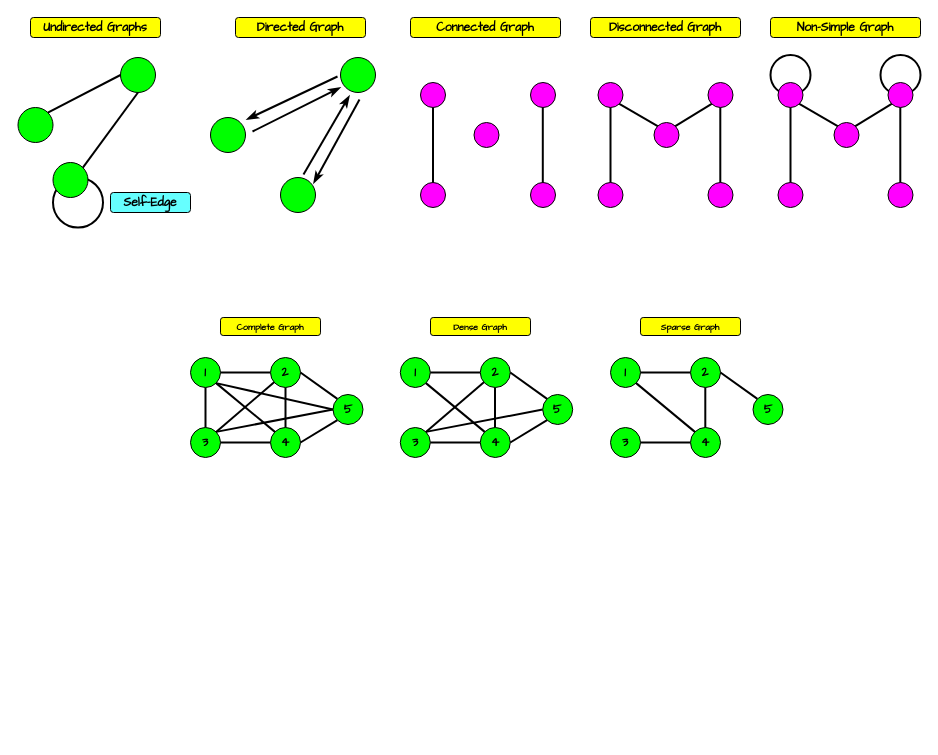
Earlier version of the draw.io diagram Computer Science/Foundations of Computing/Module 01 Graphs and Trees/resources/Drawings.drawio (ByteToBits/CompScience). Source tidied: cells renumbered, new cells numbered last; positions are measured from the earlier drawing's top-left corner, leaving out a move shared by most shapes. Both pictures are drawn from the tidied source at 100%, with x=0, y=0 at pixel (18, 17).
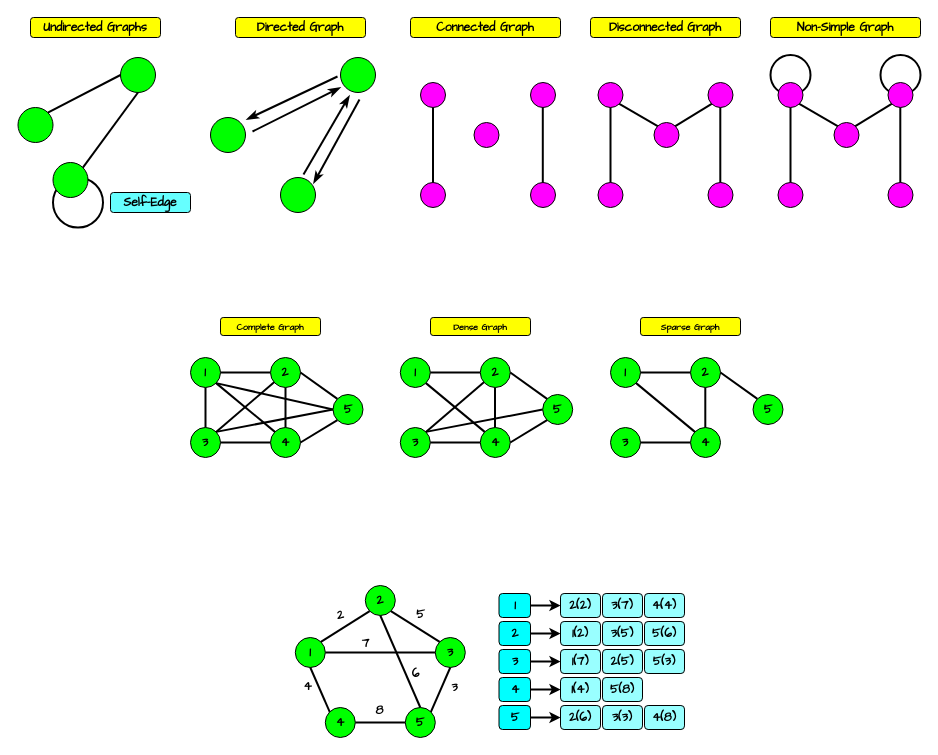
The same page after the edit.

Commit message (it also covers changes not shown here):
Completed Adjacency Matrix and List

Change to the diagram source:
```diff
@@
+    <mxCell id="89" value="&lt;b style=&quot;color: rgb(0, 0, 0); font-family: &amp;quot;Comic Sans MS&amp;quot;;&quot;&gt;1&lt;/b&gt;" style="ellipse;whiteSpace=wrap;html=1;fillColor=#00FF00;strokeColor=#000000;" parent="1" vertex="1">
+      <mxGeometry x="276.8" y="620" width="30" height="30" as="geometry" />
+    </mxCell>
+    <mxCell id="90" value="&lt;font face=&quot;Comic Sans MS&quot; color=&quot;#000000&quot;&gt;&lt;b&gt;2&lt;/b&gt;&lt;/font&gt;" style="ellipse;whiteSpace=wrap;html=1;fillColor=#00FF00;strokeColor=#000000;" parent="1" vertex="1">
+      <mxGeometry x="346.8" y="568" width="30" height="30" as="geometry" />
+    </mxCell>
+    <mxCell id="91" value="&lt;b style=&quot;color: rgb(0, 0, 0); font-family: &amp;quot;Comic Sans MS&amp;quot;;&quot;&gt;4&lt;/b&gt;" style="ellipse;whiteSpace=wrap;html=1;fillColor=#00FF00;strokeColor=#000000;" parent="1" vertex="1">
+      <mxGeometry x="306.8" y="690" width="30" height="30" as="geometry" />
+    </mxCell>
+    <mxCell id="92" value="&lt;font face=&quot;Comic Sans MS&quot; color=&quot;#000000&quot;&gt;&lt;b&gt;5&lt;/b&gt;&lt;/font&gt;" style="ellipse;whiteSpace=wrap;html=1;fillColor=#00FF00;strokeColor=#000000;" parent="1" vertex="1">
+      <mxGeometry x="386.8" y="690" width="30" height="30" as="geometry" />
+    </mxCell>
+    <mxCell id="93" style="endArrow=none;html=1;rounded=0;endSize=7;strokeWidth=2;strokeColor=#000000;startArrow=none;startFill=0;entryX=0.5;entryY=1;entryDx=0;entryDy=0;exitX=0;exitY=0;exitDx=0;exitDy=0;" parent="1" edge="1" source="91" target="89">
+      <mxGeometry relative="1" as="geometry" />
+    </mxCell>
+    <mxCell id="94" value="&lt;font color=&quot;#000000&quot; face=&quot;Comic Sans MS&quot;&gt;&lt;span style=&quot;font-size: 12px; text-wrap: wrap;&quot;&gt;&lt;b&gt;4&lt;/b&gt;&lt;/span&gt;&lt;/font&gt;" style="edgeLabel;html=1;align=center;verticalAlign=middle;labelBackgroundColor=none;" parent="93" vertex="1">
+      <mxGeometry x="0.02" y="-1" relative="1" as="geometry">
+        <mxPoint x="-14" y="-2" as="offset" />
+      </mxGeometry>
+    </mxCell>
+    <mxCell id="95" value="&lt;font face=&quot;Comic Sans MS&quot; color=&quot;#000000&quot;&gt;&lt;b&gt;3&lt;/b&gt;&lt;/font&gt;" style="ellipse;whiteSpace=wrap;html=1;fillColor=#00FF00;strokeColor=#000000;" parent="1" vertex="1">
+      <mxGeometry x="416.8" y="620" width="30" height="30" as="geometry" />
+    </mxCell>
+    <mxCell id="96" style="endArrow=none;html=1;rounded=0;endSize=7;strokeWidth=2;strokeColor=#000000;startArrow=none;startFill=0;entryX=1;entryY=0.5;entryDx=0;entryDy=0;exitX=0;exitY=0.5;exitDx=0;exitDy=0;" parent="1" edge="1" source="92" target="91">
+      <mxGeometry relative="1" as="geometry" />
+    </mxCell>
+    <mxCell id="97" value="&lt;font color=&quot;#000000&quot; face=&quot;Comic Sans MS&quot;&gt;&lt;span style=&quot;font-size: 12px; text-wrap: wrap;&quot;&gt;&lt;b&gt;8&lt;/b&gt;&lt;/span&gt;&lt;/font&gt;" style="edgeLabel;html=1;align=center;verticalAlign=middle;labelBackgroundColor=none;" parent="96" vertex="1">
+      <mxGeometry x="0.04" y="2" relative="1" as="geometry">
+        <mxPoint y="-14" as="offset" />
+      </mxGeometry>
+    </mxCell>
+    <mxCell id="98" style="endArrow=none;html=1;rounded=0;endSize=7;strokeWidth=2;strokeColor=#000000;startArrow=none;startFill=0;entryX=1;entryY=0;entryDx=0;entryDy=0;exitX=0.5;exitY=1;exitDx=0;exitDy=0;" parent="1" edge="1" source="95" target="92">
+      <mxGeometry relative="1" as="geometry" />
+    </mxCell>
+    <mxCell id="99" value="&lt;b style=&quot;text-wrap: wrap; color: rgb(0, 0, 0); font-family: &amp;quot;Comic Sans MS&amp;quot;; font-size: 12px;&quot;&gt;3&lt;/b&gt;" style="edgeLabel;html=1;align=center;verticalAlign=middle;labelBackgroundColor=none;" parent="98" vertex="1">
+      <mxGeometry x="-0.15" y="1" relative="1" as="geometry">
+        <mxPoint x="11" y="1" as="offset" />
+      </mxGeometry>
+    </mxCell>
+    <mxCell id="100" style="endArrow=none;html=1;rounded=0;endSize=7;strokeWidth=2;strokeColor=#000000;startArrow=none;startFill=0;entryX=0;entryY=0;entryDx=0;entryDy=0;exitX=1;exitY=1;exitDx=0;exitDy=0;" parent="1" edge="1" source="90" target="95">
+      <mxGeometry relative="1" as="geometry" />
+    </mxCell>
+    <mxCell id="101" value="&lt;font color=&quot;#000000&quot; face=&quot;Comic Sans MS&quot;&gt;&lt;span style=&quot;font-size: 12px; text-wrap: wrap;&quot;&gt;&lt;b&gt;5&lt;/b&gt;&lt;/span&gt;&lt;/font&gt;" style="edgeLabel;html=1;align=center;verticalAlign=middle;labelBackgroundColor=none;" parent="100" vertex="1">
+      <mxGeometry x="0.09" y="1" relative="1" as="geometry">
+        <mxPoint x="2" y="-12" as="offset" />
+      </mxGeometry>
+    </mxCell>
+    <mxCell id="102" style="endArrow=none;html=1;rounded=0;endSize=7;strokeWidth=2;strokeColor=#000000;startArrow=none;startFill=0;entryX=0;entryY=1;entryDx=0;entryDy=0;exitX=1;exitY=0;exitDx=0;exitDy=0;" parent="1" edge="1" source="89" target="90">
+      <mxGeometry relative="1" as="geometry" />
+    </mxCell>
+    <mxCell id="103" value="&lt;b style=&quot;color: rgb(0, 0, 0); font-family: &amp;quot;Comic Sans MS&amp;quot;; font-size: 12px; text-wrap: wrap;&quot;&gt;2&lt;/b&gt;" style="edgeLabel;html=1;align=center;verticalAlign=middle;labelBackgroundColor=none;" parent="102" vertex="1">
+      <mxGeometry x="0.04" relative="1" as="geometry">
+        <mxPoint x="-6" y="-10" as="offset" />
+      </mxGeometry>
+    </mxCell>
+    <mxCell id="104" style="endArrow=none;html=1;rounded=0;endSize=7;strokeWidth=2;strokeColor=#000000;startArrow=none;startFill=0;entryX=0;entryY=0.5;entryDx=0;entryDy=0;exitX=1;exitY=0.5;exitDx=0;exitDy=0;" parent="1" edge="1" source="89" target="95">
+      <mxGeometry relative="1" as="geometry" />
+    </mxCell>
+    <mxCell id="105" value="&lt;font color=&quot;#000000&quot; face=&quot;Comic Sans MS&quot;&gt;&lt;span style=&quot;font-size: 12px; text-wrap: wrap;&quot;&gt;&lt;b&gt;7&lt;/b&gt;&lt;/span&gt;&lt;/font&gt;" style="edgeLabel;html=1;align=center;verticalAlign=middle;labelBackgroundColor=none;" parent="104" vertex="1">
+      <mxGeometry x="-0.18" y="-1" relative="1" as="geometry">
+        <mxPoint x="-5" y="-10" as="offset" />
+      </mxGeometry>
+    </mxCell>
+    <mxCell id="106" style="endArrow=none;html=1;rounded=0;endSize=7;strokeWidth=2;strokeColor=#000000;startArrow=none;startFill=0;entryX=0.5;entryY=0;entryDx=0;entryDy=0;exitX=0.5;exitY=1;exitDx=0;exitDy=0;" parent="1" edge="1" source="90" target="92">
+      <mxGeometry relative="1" as="geometry" />
+    </mxCell>
+    <mxCell id="107" value="&lt;font color=&quot;#000000&quot; face=&quot;Comic Sans MS&quot;&gt;&lt;span style=&quot;font-size: 12px; text-wrap: wrap;&quot;&gt;&lt;b&gt;6&lt;/b&gt;&lt;/span&gt;&lt;/font&gt;" style="edgeLabel;html=1;align=center;verticalAlign=middle;labelBackgroundColor=none;" parent="106" vertex="1">
+      <mxGeometry x="0.19" y="1" relative="1" as="geometry">
+        <mxPoint x="10" y="4" as="offset" />
+      </mxGeometry>
+    </mxCell>
+    <mxCell id="108" value="&lt;font face=&quot;Comic Sans MS&quot;&gt;&lt;b style=&quot;&quot;&gt;1&lt;/b&gt;&lt;/font&gt;" style="rounded=1;whiteSpace=wrap;html=1;fillColor=#00FFFF;strokeColor=#000000;fontColor=#000000;" parent="1" vertex="1">
+      <mxGeometry x="480.5" y="576" width="31.5" height="24" as="geometry" />
+    </mxCell>
+    <mxCell id="109" value="&lt;font face=&quot;Comic Sans MS&quot;&gt;&lt;b style=&quot;&quot;&gt;2(2)&lt;/b&gt;&lt;/font&gt;" style="rounded=1;whiteSpace=wrap;html=1;fillColor=#99FFFF;strokeColor=#000000;fontColor=#000000;" parent="1" vertex="1">
+      <mxGeometry x="542" y="576" width="40" height="24" as="geometry" />
+    </mxCell>
+    <mxCell id="110" style="endArrow=classic;html=1;rounded=0;endSize=5;strokeWidth=2;strokeColor=#000000;startArrow=none;startFill=0;entryX=0;entryY=0.5;entryDx=0;entryDy=0;exitX=1;exitY=0.5;exitDx=0;exitDy=0;endFill=1;" parent="1" edge="1" source="108" target="109">
+      <mxGeometry relative="1" as="geometry" />
+    </mxCell>
+    <mxCell id="111" value="&lt;font face=&quot;Comic Sans MS&quot;&gt;&lt;b style=&quot;&quot;&gt;3(7)&lt;/b&gt;&lt;/font&gt;" style="rounded=1;whiteSpace=wrap;html=1;fillColor=#99FFFF;strokeColor=#000000;fontColor=#000000;" parent="1" vertex="1">
+      <mxGeometry x="584" y="576" width="40" height="24" as="geometry" />
+    </mxCell>
+    <mxCell id="112" value="&lt;font face=&quot;Comic Sans MS&quot;&gt;&lt;b style=&quot;&quot;&gt;4(4)&lt;/b&gt;&lt;/font&gt;" style="rounded=1;whiteSpace=wrap;html=1;fillColor=#99FFFF;strokeColor=#000000;fontColor=#000000;" parent="1" vertex="1">
+      <mxGeometry x="626" y="576" width="40" height="24" as="geometry" />
+    </mxCell>
+    <mxCell id="113" value="&lt;font face=&quot;Comic Sans MS&quot;&gt;&lt;b style=&quot;&quot;&gt;2&lt;/b&gt;&lt;/font&gt;" style="rounded=1;whiteSpace=wrap;html=1;fillColor=#00FFFF;strokeColor=#000000;fontColor=#000000;" parent="1" vertex="1">
+      <mxGeometry x="480.5" y="604" width="31.5" height="24" as="geometry" />
+    </mxCell>
+    <mxCell id="114" value="&lt;font face=&quot;Comic Sans MS&quot;&gt;&lt;b style=&quot;&quot;&gt;1(2)&lt;/b&gt;&lt;/font&gt;" style="rounded=1;whiteSpace=wrap;html=1;fillColor=#99FFFF;strokeColor=#000000;fontColor=#000000;" parent="1" vertex="1">
+      <mxGeometry x="542" y="604" width="40" height="24" as="geometry" />
+    </mxCell>
+    <mxCell id="115" style="endArrow=classic;html=1;rounded=0;endSize=5;strokeWidth=2;strokeColor=#000000;startArrow=none;startFill=0;entryX=0;entryY=0.5;entryDx=0;entryDy=0;exitX=1;exitY=0.5;exitDx=0;exitDy=0;endFill=1;" parent="1" edge="1" source="113" target="114">
+      <mxGeometry relative="1" as="geometry" />
+    </mxCell>
+    <mxCell id="116" value="&lt;font face=&quot;Comic Sans MS&quot;&gt;&lt;b style=&quot;&quot;&gt;3(5)&lt;/b&gt;&lt;/font&gt;" style="rounded=1;whiteSpace=wrap;html=1;fillColor=#99FFFF;strokeColor=#000000;fontColor=#000000;" parent="1" vertex="1">
+      <mxGeometry x="584" y="604" width="40" height="24" as="geometry" />
+    </mxCell>
+    <mxCell id="117" value="&lt;font face=&quot;Comic Sans MS&quot;&gt;&lt;b style=&quot;&quot;&gt;5(6)&lt;/b&gt;&lt;/font&gt;" style="rounded=1;whiteSpace=wrap;html=1;fillColor=#99FFFF;strokeColor=#000000;fontColor=#000000;" parent="1" vertex="1">
+      <mxGeometry x="626" y="604" width="40" height="24" as="geometry" />
+    </mxCell>
+    <mxCell id="118" value="&lt;font face=&quot;Comic Sans MS&quot;&gt;&lt;b style=&quot;&quot;&gt;3&lt;/b&gt;&lt;/font&gt;" style="rounded=1;whiteSpace=wrap;html=1;fillColor=#00FFFF;strokeColor=#000000;fontColor=#000000;" parent="1" vertex="1">
+      <mxGeometry x="480.5" y="632" width="31.5" height="24" as="geometry" />
+    </mxCell>
+    <mxCell id="119" value="&lt;font face=&quot;Comic Sans MS&quot;&gt;&lt;b&gt;1(7)&lt;/b&gt;&lt;/font&gt;" style="rounded=1;whiteSpace=wrap;html=1;fillColor=#99FFFF;strokeColor=#000000;fontColor=#000000;" parent="1" vertex="1">
+      <mxGeometry x="542" y="632" width="40" height="24" as="geometry" />
+    </mxCell>
+    <mxCell id="120" style="endArrow=classic;html=1;rounded=0;endSize=5;strokeWidth=2;strokeColor=#000000;startArrow=none;startFill=0;entryX=0;entryY=0.5;entryDx=0;entryDy=0;exitX=1;exitY=0.5;exitDx=0;exitDy=0;endFill=1;" parent="1" edge="1" source="118" target="119">
+      <mxGeometry relative="1" as="geometry" />
+    </mxCell>
+    <mxCell id="121" value="&lt;font face=&quot;Comic Sans MS&quot;&gt;&lt;b style=&quot;&quot;&gt;2(5)&lt;/b&gt;&lt;/font&gt;" style="rounded=1;whiteSpace=wrap;html=1;fillColor=#99FFFF;strokeColor=#000000;fontColor=#000000;" parent="1" vertex="1">
+      <mxGeometry x="584" y="632" width="40" height="24" as="geometry" />
+    </mxCell>
+    <mxCell id="122" value="&lt;font face=&quot;Comic Sans MS&quot;&gt;&lt;b style=&quot;&quot;&gt;5(3)&lt;/b&gt;&lt;/font&gt;" style="rounded=1;whiteSpace=wrap;html=1;fillColor=#99FFFF;strokeColor=#000000;fontColor=#000000;" parent="1" vertex="1">
+      <mxGeometry x="626" y="632" width="40" height="24" as="geometry" />
+    </mxCell>
+    <mxCell id="123" value="&lt;font face=&quot;Comic Sans MS&quot;&gt;&lt;b style=&quot;&quot;&gt;4&lt;/b&gt;&lt;/font&gt;" style="rounded=1;whiteSpace=wrap;html=1;fillColor=#00FFFF;strokeColor=#000000;fontColor=#000000;" parent="1" vertex="1">
+      <mxGeometry x="480.5" y="660" width="31.5" height="24" as="geometry" />
+    </mxCell>
+    <mxCell id="124" value="&lt;font face=&quot;Comic Sans MS&quot;&gt;&lt;b style=&quot;&quot;&gt;1(4)&lt;/b&gt;&lt;/font&gt;" style="rounded=1;whiteSpace=wrap;html=1;fillColor=#99FFFF;strokeColor=#000000;fontColor=#000000;" parent="1" vertex="1">
+      <mxGeometry x="542" y="660" width="40" height="24" as="geometry" />
+    </mxCell>
+    <mxCell id="125" style="endArrow=classic;html=1;rounded=0;endSize=5;strokeWidth=2;strokeColor=#000000;startArrow=none;startFill=0;entryX=0;entryY=0.5;entryDx=0;entryDy=0;exitX=1;exitY=0.5;exitDx=0;exitDy=0;endFill=1;" parent="1" edge="1" source="123" target="124">
+      <mxGeometry relative="1" as="geometry" />
+    </mxCell>
+    <mxCell id="126" value="&lt;font face=&quot;Comic Sans MS&quot;&gt;&lt;b style=&quot;&quot;&gt;5(8)&lt;/b&gt;&lt;/font&gt;" style="rounded=1;whiteSpace=wrap;html=1;fillColor=#99FFFF;strokeColor=#000000;fontColor=#000000;" parent="1" vertex="1">
+      <mxGeometry x="584" y="660" width="40" height="24" as="geometry" />
+    </mxCell>
+    <mxCell id="127" value="&lt;font face=&quot;Comic Sans MS&quot;&gt;&lt;b style=&quot;&quot;&gt;5&lt;/b&gt;&lt;/font&gt;" style="rounded=1;whiteSpace=wrap;html=1;fillColor=#00FFFF;strokeColor=#000000;fontColor=#000000;" parent="1" vertex="1">
+      <mxGeometry x="480.5" y="688" width="31.5" height="24" as="geometry" />
+    </mxCell>
+    <mxCell id="128" value="&lt;font face=&quot;Comic Sans MS&quot;&gt;&lt;b style=&quot;&quot;&gt;2(6)&lt;/b&gt;&lt;/font&gt;" style="rounded=1;whiteSpace=wrap;html=1;fillColor=#99FFFF;strokeColor=#000000;fontColor=#000000;" parent="1" vertex="1">
+      <mxGeometry x="542" y="688" width="40" height="24" as="geometry" />
+    </mxCell>
+    <mxCell id="129" style="endArrow=classic;html=1;rounded=0;endSize=5;strokeWidth=2;strokeColor=#000000;startArrow=none;startFill=0;entryX=0;entryY=0.5;entryDx=0;entryDy=0;exitX=1;exitY=0.5;exitDx=0;exitDy=0;endFill=1;" parent="1" edge="1" source="127" target="128">
+      <mxGeometry relative="1" as="geometry" />
+    </mxCell>
+    <mxCell id="130" value="&lt;font face=&quot;Comic Sans MS&quot;&gt;&lt;b style=&quot;&quot;&gt;3(3)&lt;/b&gt;&lt;/font&gt;" style="rounded=1;whiteSpace=wrap;html=1;fillColor=#99FFFF;strokeColor=#000000;fontColor=#000000;" parent="1" vertex="1">
+      <mxGeometry x="584" y="688" width="40" height="24" as="geometry" />
+    </mxCell>
+    <mxCell id="131" value="&lt;font face=&quot;Comic Sans MS&quot;&gt;&lt;b style=&quot;&quot;&gt;4(8)&lt;/b&gt;&lt;/font&gt;" style="rounded=1;whiteSpace=wrap;html=1;fillColor=#99FFFF;strokeColor=#000000;fontColor=#000000;" parent="1" vertex="1">
+      <mxGeometry x="626" y="688" width="40" height="24" as="geometry" />
+    </mxCell>
```
